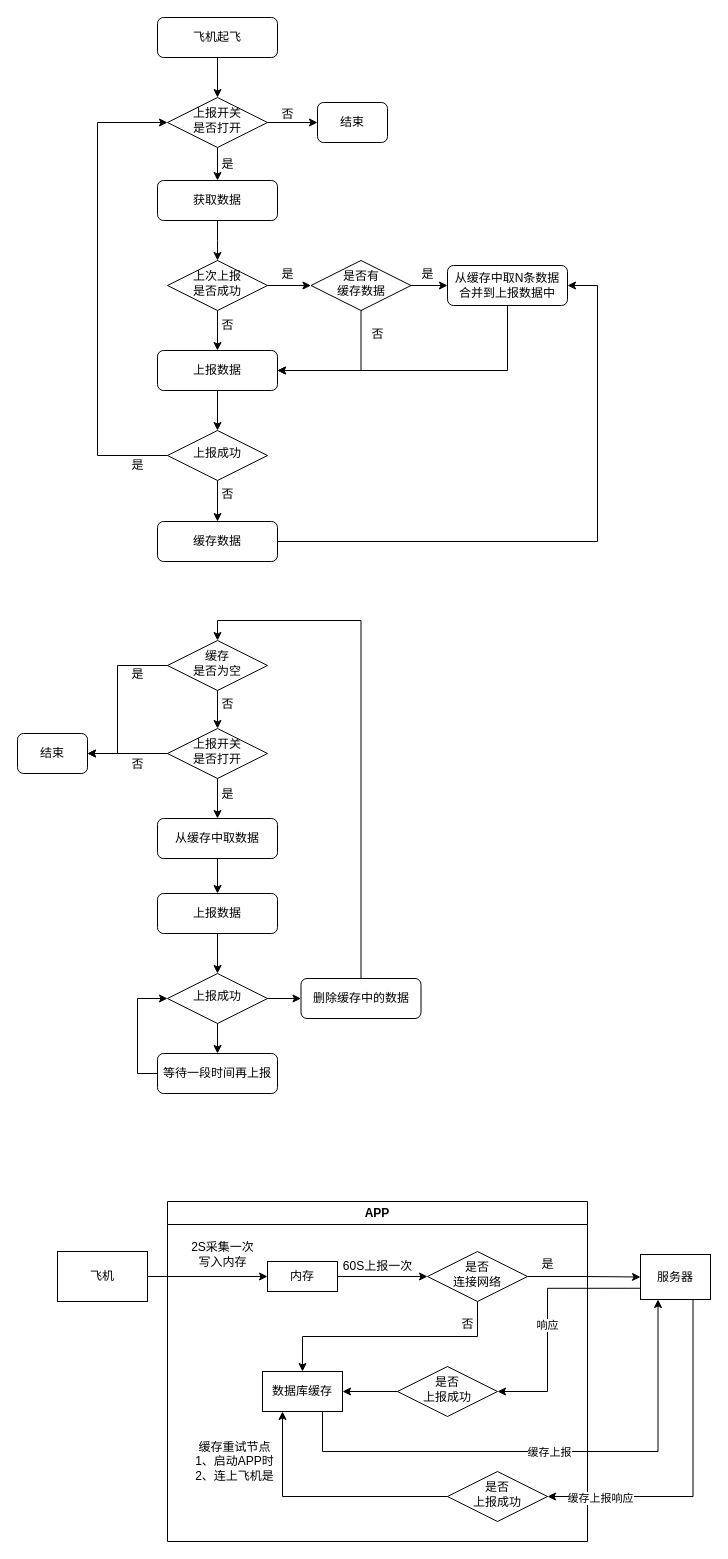
This is 动态数据报送.drawio from xubinlu/AndroidNDK, a draw.io file, before an edit. Source tidied: cells renumbered, new cells numbered last; positions are measured from the earlier drawing's top-left corner, leaving out a move shared by most shapes. Both pictures are drawn from the tidied source at 100%, with x=0, y=0 at pixel (17, 17).
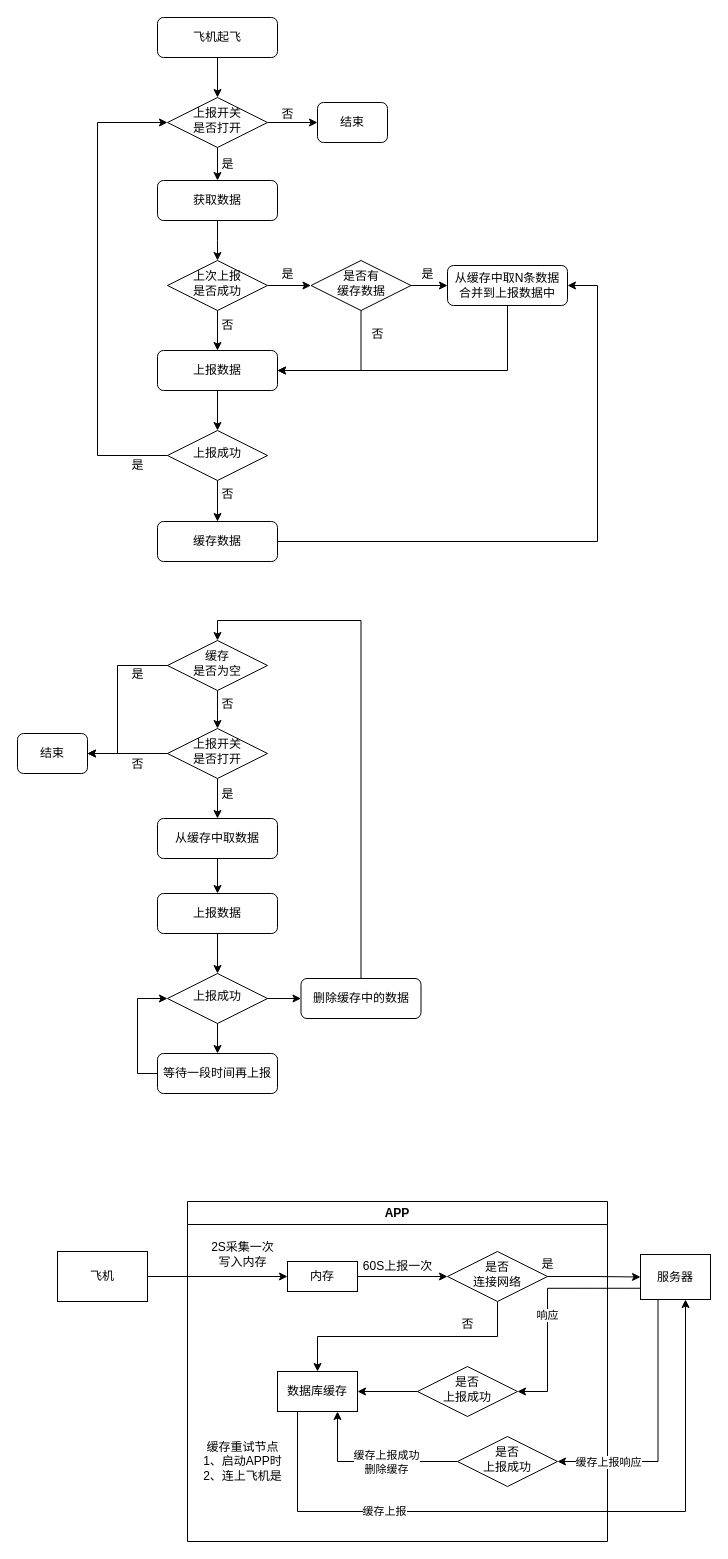
After the change.

Commit message:
更新动态数据报送.drawio

The change refers to these unchanged cells:
```xml
<mxCell id="74" value="服务器" style="rounded=0;whiteSpace=wrap;html=1;" parent="1" vertex="1">
  <mxGeometry x="623" y="1237" width="70" height="45" as="geometry" />
</mxCell>
```

The edit, as a diff of the source:
```diff
@@
     <mxCell id="55" value="APP" style="swimlane;whiteSpace=wrap;html=1;" parent="1" vertex="1">
-      <mxGeometry x="150" y="1184" width="420" height="340" as="geometry" />
+      <mxGeometry x="170" y="1184" width="420" height="340" as="geometry" />
     </mxCell>
@@
     <mxCell id="60" value="数据库缓存" style="rounded=0;whiteSpace=wrap;html=1;" parent="55" vertex="1">
-      <mxGeometry x="95" y="170" width="80" height="40" as="geometry" />
+      <mxGeometry x="90" y="170" width="80" height="40" as="geometry" />
     </mxCell>
@@
     <mxCell id="64" value="缓存重试节点&lt;br&gt;1、启动APP时&lt;br&gt;2、连上飞机是" style="text;html=1;align=center;verticalAlign=middle;strokeColor=none;fillColor=none;" parent="55" vertex="1">
-      <mxGeometry x="17" y="230" width="100" height="60" as="geometry" />
+      <mxGeometry x="5" y="230" width="100" height="60" as="geometry" />
     </mxCell>
@@
-    <mxCell id="66" style="edgeStyle=orthogonalEdgeStyle;rounded=0;jettySize=auto;html=1;exitX=0;exitY=0.5;exitDx=0;exitDy=0;entryX=0.25;entryY=1;entryDx=0;entryDy=0;" parent="55" edge="1" source="67" target="60">
+    <mxCell id="66" style="edgeStyle=orthogonalEdgeStyle;rounded=0;jettySize=auto;html=1;exitX=0;exitY=0.5;exitDx=0;exitDy=0;entryX=0.75;entryY=1;entryDx=0;entryDy=0;" parent="55" edge="1" source="67" target="60">
       <mxGeometry relative="1" as="geometry" />
     </mxCell>
+    <mxCell id="80" value="缓存上报成功&lt;br&gt;删除缓存" style="edgeLabel;html=1;align=center;verticalAlign=middle;" parent="66" vertex="1">
+      <mxGeometry x="-0.15" relative="1" as="geometry" />
+    </mxCell>
     <mxCell id="67" value="是否&lt;br&gt;上报成功" style="rhombus;whiteSpace=wrap;html=1;shadow=0;fontFamily=Helvetica;fontSize=12;align=center;strokeWidth=1;spacing=6;spacingTop=-4;" parent="55" vertex="1">
-      <mxGeometry x="280" y="270" width="100" height="50" as="geometry" />
+      <mxGeometry x="270" y="235" width="100" height="50" as="geometry" />
     </mxCell>
@@
-    <mxCell id="72" style="edgeStyle=orthogonalEdgeStyle;rounded=0;jettySize=auto;html=1;exitX=0.75;exitY=1;exitDx=0;exitDy=0;entryX=1;entryY=0.5;entryDx=0;entryDy=0;" parent="1" edge="1" source="74" target="67">
+    <mxCell id="72" style="edgeStyle=orthogonalEdgeStyle;rounded=0;jettySize=auto;html=1;exitX=0.25;exitY=1;exitDx=0;exitDy=0;entryX=1;entryY=0.5;entryDx=0;entryDy=0;" parent="1" edge="1" source="74" target="67">
       <mxGeometry relative="1" as="geometry" />
     </mxCell>
     <mxCell id="73" value="缓存上报响应" style="edgeLabel;html=1;align=center;verticalAlign=middle;" parent="72" vertex="1">
-      <mxGeometry x="0.7" y="1" relative="1" as="geometry">
-        <mxPoint x="1" as="offset" />
+      <mxGeometry x="0.75" relative="1" as="geometry">
+        <mxPoint x="18" as="offset" />
       </mxGeometry>
     </mxCell>
@@
-    <mxCell id="78" style="edgeStyle=orthogonalEdgeStyle;rounded=0;jettySize=auto;html=1;exitX=0.75;exitY=1;exitDx=0;exitDy=0;entryX=0.25;entryY=1;entryDx=0;entryDy=0;" parent="1" edge="1" source="60" target="74">
+    <mxCell id="78" style="edgeStyle=orthogonalEdgeStyle;rounded=0;jettySize=auto;html=1;exitX=0.25;exitY=1;exitDx=0;exitDy=0;entryX=0.643;entryY=1;entryDx=0;entryDy=0;entryPerimeter=0;" parent="1" edge="1" source="60" target="74">
       <mxGeometry relative="1" as="geometry">
         <Array as="points">
-          <mxPoint x="305" y="1434" />
-          <mxPoint x="641" y="1434" />
+          <mxPoint x="280" y="1494" />
+          <mxPoint x="668" y="1494" />
         </Array>
       </mxGeometry>
     </mxCell>
     <mxCell id="79" value="缓存上报" style="edgeLabel;html=1;align=center;verticalAlign=middle;" parent="78" vertex="1">
-      <mxGeometry x="0.01" relative="1" as="geometry" />
+      <mxGeometry x="-0.47" y="1" relative="1" as="geometry" />
     </mxCell>
```
